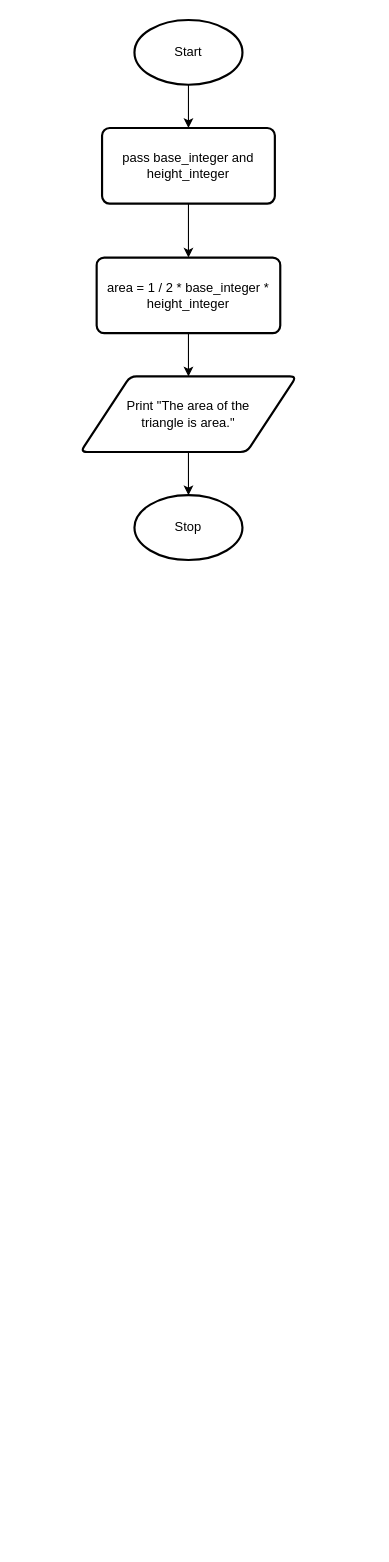
Above: design.flowchart.drawio in Yiyun-Qin/ICS3U-Unit6-01-Python (draw.io), before the change. Source tidied: cells renumbered, new cells numbered last; positions are measured from the earlier drawing's top-left corner, leaving out a move shared by most shapes. Both pictures are drawn from the tidied source at 108%, with x=0, y=0 at pixel (80, 19).
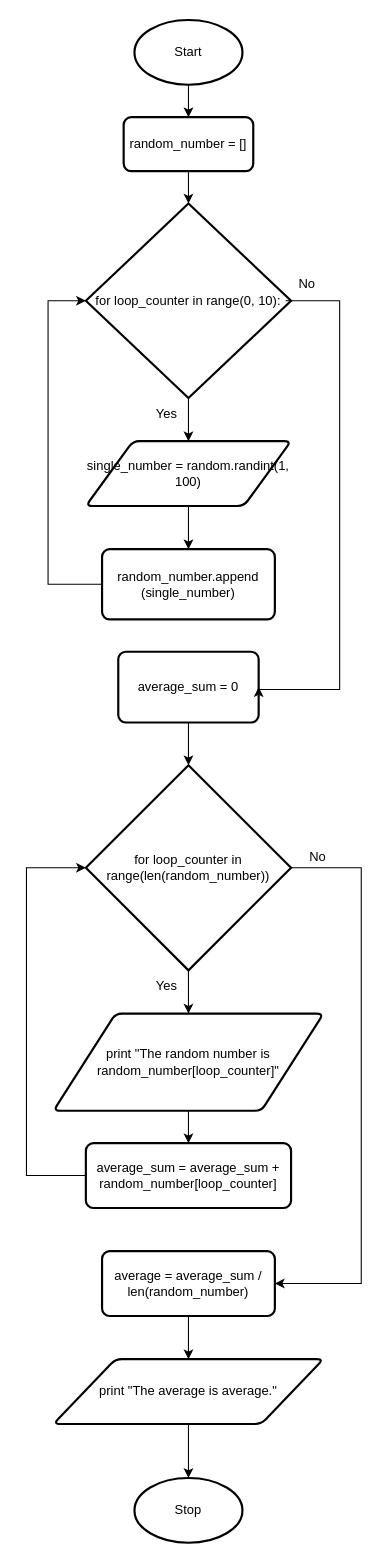
After the change.

Unchanged cells that the change refers to:
```xml
<mxCell id="3" value="Start" style="strokeWidth=2;html=1;shape=mxgraph.flowchart.start_1;whiteSpace=wrap;" parent="1" vertex="1">
  <mxGeometry x="50" width="100" height="60" as="geometry" />
</mxCell>
```

Change to the diagram source:
```diff
@@
-    <mxCell id="2" style="edgeStyle=none;html=1;exitX=0.5;exitY=1;exitDx=0;exitDy=0;exitPerimeter=0;entryX=0.5;entryY=0;entryDx=0;entryDy=0;" parent="1" edge="1" source="3" target="6">
-      <mxGeometry relative="1" as="geometry" />
-    </mxCell>
+    <mxCell id="11" style="edgeStyle=none;html=1;exitX=0.5;exitY=1;exitDx=0;exitDy=0;exitPerimeter=0;entryX=0.5;entryY=0;entryDx=0;entryDy=0;" parent="1" edge="1" source="3" target="17">
+      <mxGeometry relative="1" as="geometry" />
+    </mxCell>
@@
     <mxCell id="4" value="Stop" style="strokeWidth=2;html=1;shape=mxgraph.flowchart.start_1;whiteSpace=wrap;" parent="1" vertex="1">
-      <mxGeometry x="50" y="440" width="100" height="60" as="geometry" />
+      <mxGeometry x="50" y="1350" width="100" height="60" as="geometry" />
     </mxCell>
-    <mxCell id="5" style="edgeStyle=none;html=1;exitX=0.5;exitY=1;exitDx=0;exitDy=0;entryX=0.5;entryY=0;entryDx=0;entryDy=0;" parent="1" edge="1" source="6" target="8">
-      <mxGeometry relative="1" as="geometry" />
-    </mxCell>
-    <mxCell id="6" value="pass base_integer and height_integer" style="rounded=1;whiteSpace=wrap;html=1;absoluteArcSize=1;arcSize=14;strokeWidth=2;" parent="1" vertex="1">
-      <mxGeometry x="20" y="100" width="160" height="70" as="geometry" />
-    </mxCell>
-    <mxCell id="7" style="edgeStyle=none;html=1;exitX=0.5;exitY=1;exitDx=0;exitDy=0;entryX=0.5;entryY=0;entryDx=0;entryDy=0;" parent="1" edge="1" source="8" target="10">
-      <mxGeometry relative="1" as="geometry" />
-    </mxCell>
-    <mxCell id="8" value="area = 1 / 2 * base_integer * height_integer" style="rounded=1;whiteSpace=wrap;html=1;absoluteArcSize=1;arcSize=14;strokeWidth=2;" parent="1" vertex="1">
-      <mxGeometry x="15" y="220" width="170" height="70" as="geometry" />
-    </mxCell>
-    <mxCell id="9" style="edgeStyle=none;html=1;exitX=0.5;exitY=1;exitDx=0;exitDy=0;entryX=0.5;entryY=0;entryDx=0;entryDy=0;entryPerimeter=0;" parent="1" edge="1" source="10" target="4">
-      <mxGeometry relative="1" as="geometry" />
-    </mxCell>
-    <mxCell id="10" value="Print &quot;The area of the &lt;br&gt;triangle is area.&quot;" style="shape=parallelogram;html=1;strokeWidth=2;perimeter=parallelogramPerimeter;whiteSpace=wrap;rounded=1;arcSize=12;size=0.23;" parent="1" vertex="1">
-      <mxGeometry y="330" width="200" height="70" as="geometry" />
-    </mxCell>
+    <mxCell id="12" style="edgeStyle=none;html=1;exitX=0.5;exitY=1;exitDx=0;exitDy=0;exitPerimeter=0;entryX=0.5;entryY=0;entryDx=0;entryDy=0;" parent="1" edge="1" source="13" target="15">
+      <mxGeometry relative="1" as="geometry" />
+    </mxCell>
+    <mxCell id="13" value="for loop_counter in range(0, 10):" style="strokeWidth=2;html=1;shape=mxgraph.flowchart.decision;whiteSpace=wrap;" parent="1" vertex="1">
+      <mxGeometry x="5" y="170" width="190" height="180" as="geometry" />
+    </mxCell>
+    <mxCell id="14" style="edgeStyle=none;html=1;exitX=0.5;exitY=1;exitDx=0;exitDy=0;entryX=0.5;entryY=0;entryDx=0;entryDy=0;" parent="1" edge="1" source="15" target="20">
+      <mxGeometry relative="1" as="geometry" />
+    </mxCell>
+    <mxCell id="15" value="single_number = random.randint(1, 100)" style="shape=parallelogram;html=1;strokeWidth=2;perimeter=parallelogramPerimeter;whiteSpace=wrap;rounded=1;arcSize=12;size=0.23;" parent="1" vertex="1">
+      <mxGeometry x="5" y="390" width="190" height="60" as="geometry" />
+    </mxCell>
+    <mxCell id="16" style="edgeStyle=none;html=1;exitX=0.5;exitY=1;exitDx=0;exitDy=0;entryX=0.5;entryY=0;entryDx=0;entryDy=0;entryPerimeter=0;" parent="1" edge="1" source="17" target="13">
+      <mxGeometry relative="1" as="geometry" />
+    </mxCell>
+    <mxCell id="17" value="random_number = []" style="rounded=1;whiteSpace=wrap;html=1;absoluteArcSize=1;arcSize=14;strokeWidth=2;" parent="1" vertex="1">
+      <mxGeometry x="40" y="90" width="120" height="50" as="geometry" />
+    </mxCell>
+    <mxCell id="18" value="Yes" style="text;html=1;strokeColor=none;fillColor=none;align=center;verticalAlign=middle;whiteSpace=wrap;rounded=0;" parent="1" vertex="1">
+      <mxGeometry x="60" y="350" width="40" height="30" as="geometry" />
+    </mxCell>
+    <mxCell id="19" style="edgeStyle=orthogonalEdgeStyle;html=1;exitX=0;exitY=0.5;exitDx=0;exitDy=0;entryX=0;entryY=0.5;entryDx=0;entryDy=0;entryPerimeter=0;rounded=0;" parent="1" edge="1" source="20" target="13">
+      <mxGeometry relative="1" as="geometry">
+        <Array as="points">
+          <mxPoint x="-30" y="523" />
+          <mxPoint x="-30" y="260" />
+        </Array>
+      </mxGeometry>
+    </mxCell>
+    <mxCell id="20" value="random_number.append&lt;br&gt;(single_number)" style="rounded=1;whiteSpace=wrap;html=1;absoluteArcSize=1;arcSize=14;strokeWidth=2;" parent="1" vertex="1">
+      <mxGeometry x="20" y="490" width="160" height="65" as="geometry" />
+    </mxCell>
+    <mxCell id="21" style="edgeStyle=orthogonalEdgeStyle;rounded=0;html=1;exitX=0.5;exitY=1;exitDx=0;exitDy=0;entryX=0.5;entryY=0;entryDx=0;entryDy=0;entryPerimeter=0;" parent="1" edge="1" source="22" target="27">
+      <mxGeometry relative="1" as="geometry" />
+    </mxCell>
+    <mxCell id="22" value="average_sum = 0" style="rounded=1;whiteSpace=wrap;html=1;absoluteArcSize=1;arcSize=14;strokeWidth=2;" parent="1" vertex="1">
+      <mxGeometry x="35" y="585" width="130" height="65.5" as="geometry" />
+    </mxCell>
+    <mxCell id="23" style="edgeStyle=orthogonalEdgeStyle;rounded=0;html=1;exitX=0;exitY=1;exitDx=0;exitDy=0;entryX=1;entryY=0.5;entryDx=0;entryDy=0;" parent="1" edge="1" source="24" target="22">
+      <mxGeometry relative="1" as="geometry">
+        <Array as="points">
+          <mxPoint x="240" y="260" />
+          <mxPoint x="240" y="620" />
+        </Array>
+      </mxGeometry>
+    </mxCell>
+    <mxCell id="24" value="No" style="text;html=1;strokeColor=none;fillColor=none;align=center;verticalAlign=middle;whiteSpace=wrap;rounded=0;" parent="1" vertex="1">
+      <mxGeometry x="190" y="230" width="40" height="30" as="geometry" />
+    </mxCell>
+    <mxCell id="25" style="edgeStyle=orthogonalEdgeStyle;rounded=0;html=1;exitX=0.5;exitY=1;exitDx=0;exitDy=0;exitPerimeter=0;entryX=0.5;entryY=0;entryDx=0;entryDy=0;" parent="1" edge="1" source="27" target="29">
+      <mxGeometry relative="1" as="geometry" />
+    </mxCell>
+    <mxCell id="26" style="edgeStyle=orthogonalEdgeStyle;rounded=0;html=1;exitX=1;exitY=0.5;exitDx=0;exitDy=0;exitPerimeter=0;entryX=1;entryY=0.5;entryDx=0;entryDy=0;" parent="1" edge="1" source="27" target="34">
+      <mxGeometry relative="1" as="geometry">
+        <Array as="points">
+          <mxPoint x="260" y="785" />
+          <mxPoint x="260" y="1170" />
+        </Array>
+      </mxGeometry>
+    </mxCell>
+    <mxCell id="27" value="for loop_counter in range(len(random_number))" style="strokeWidth=2;html=1;shape=mxgraph.flowchart.decision;whiteSpace=wrap;" parent="1" vertex="1">
+      <mxGeometry x="5" y="690" width="190" height="190" as="geometry" />
+    </mxCell>
+    <mxCell id="28" style="edgeStyle=orthogonalEdgeStyle;rounded=0;html=1;exitX=0.5;exitY=1;exitDx=0;exitDy=0;entryX=0.5;entryY=0;entryDx=0;entryDy=0;" parent="1" edge="1" source="29" target="32">
+      <mxGeometry relative="1" as="geometry" />
+    </mxCell>
+    <mxCell id="29" value="print &quot;The random number is random_number[loop_counter]&quot;" style="shape=parallelogram;html=1;strokeWidth=2;perimeter=parallelogramPerimeter;whiteSpace=wrap;rounded=1;arcSize=12;size=0.23;" parent="1" vertex="1">
+      <mxGeometry x="-25" y="920" width="250" height="90" as="geometry" />
+    </mxCell>
+    <mxCell id="30" value="Yes" style="text;html=1;strokeColor=none;fillColor=none;align=center;verticalAlign=middle;whiteSpace=wrap;rounded=0;" parent="1" vertex="1">
+      <mxGeometry x="60" y="880" width="40" height="30" as="geometry" />
+    </mxCell>
+    <mxCell id="31" style="edgeStyle=orthogonalEdgeStyle;rounded=0;html=1;exitX=0;exitY=0.5;exitDx=0;exitDy=0;entryX=0;entryY=0.5;entryDx=0;entryDy=0;entryPerimeter=0;" parent="1" edge="1" source="32" target="27">
+      <mxGeometry relative="1" as="geometry">
+        <Array as="points">
+          <mxPoint x="-50" y="1070" />
+          <mxPoint x="-50" y="785" />
+        </Array>
+      </mxGeometry>
+    </mxCell>
+    <mxCell id="32" value="average_sum = average_sum + random_number[loop_counter]" style="rounded=1;whiteSpace=wrap;html=1;absoluteArcSize=1;arcSize=14;strokeWidth=2;" parent="1" vertex="1">
+      <mxGeometry x="5" y="1040" width="190" height="60" as="geometry" />
+    </mxCell>
+    <mxCell id="33" style="edgeStyle=orthogonalEdgeStyle;rounded=0;html=1;exitX=0.5;exitY=1;exitDx=0;exitDy=0;" parent="1" edge="1" source="34" target="37">
+      <mxGeometry relative="1" as="geometry" />
+    </mxCell>
+    <mxCell id="34" value="average = average_sum / len(random_number)" style="rounded=1;whiteSpace=wrap;html=1;absoluteArcSize=1;arcSize=14;strokeWidth=2;" parent="1" vertex="1">
+      <mxGeometry x="20" y="1140" width="160" height="60" as="geometry" />
+    </mxCell>
+    <mxCell id="35" value="No" style="text;html=1;strokeColor=none;fillColor=none;align=center;verticalAlign=middle;whiteSpace=wrap;rounded=0;" parent="1" vertex="1">
+      <mxGeometry x="200" y="760" width="40" height="30" as="geometry" />
+    </mxCell>
+    <mxCell id="36" style="edgeStyle=orthogonalEdgeStyle;rounded=0;html=1;exitX=0.5;exitY=1;exitDx=0;exitDy=0;entryX=0.5;entryY=0;entryDx=0;entryDy=0;entryPerimeter=0;" parent="1" edge="1" source="37" target="4">
+      <mxGeometry relative="1" as="geometry" />
+    </mxCell>
+    <mxCell id="37" value="print &quot;The average is average.&quot;" style="shape=parallelogram;html=1;strokeWidth=2;perimeter=parallelogramPerimeter;whiteSpace=wrap;rounded=1;arcSize=12;size=0.23;" parent="1" vertex="1">
+      <mxGeometry x="-25" y="1240" width="250" height="60" as="geometry" />
+    </mxCell>
```
